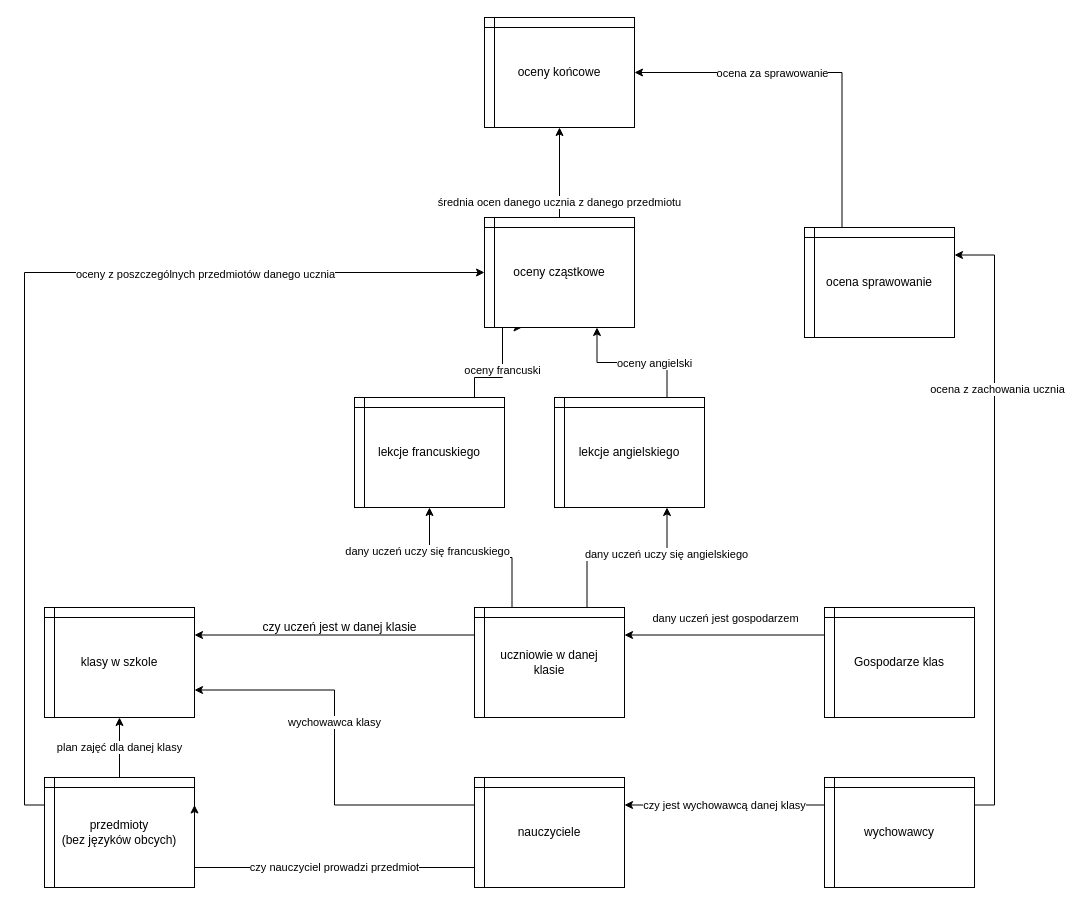
kurzym/assignments keeps this draw.io diagram as Relacje.drawio. Above is the earlier version. Source tidied: cells renumbered, new cells numbered last; positions are measured from the earlier drawing's top-left corner, leaving out a move shared by most shapes. Both pictures are drawn from the tidied source at 100%, with x=0, y=0 at pixel (44, 17).
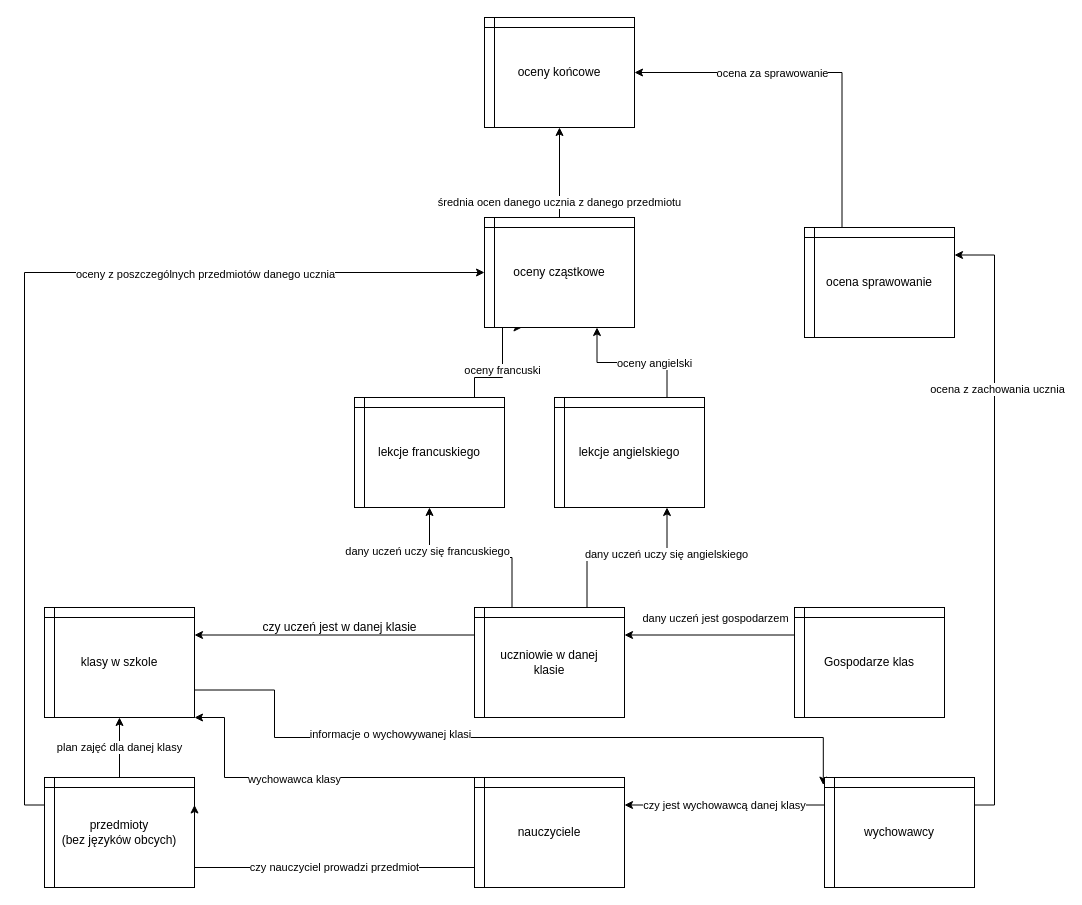
After the change.

The change refers to these unchanged cells:
```xml
<mxCell id="2" value="klasy w szkole" style="shape=internalStorage;whiteSpace=wrap;html=1;backgroundOutline=1;dx=10;dy=10;" parent="1" vertex="1">
  <mxGeometry y="590" width="150" height="110" as="geometry" />
</mxCell>
<mxCell id="16" value="nauczyciele" style="shape=internalStorage;whiteSpace=wrap;html=1;backgroundOutline=1;dx=10;dy=10;" parent="1" vertex="1">
  <mxGeometry x="430" y="760" width="150" height="110" as="geometry" />
</mxCell>
<mxCell id="28" value="wychowawcy" style="shape=internalStorage;whiteSpace=wrap;html=1;backgroundOutline=1;dx=10;dy=10;" parent="1" vertex="1">
  <mxGeometry x="780" y="760" width="150" height="110" as="geometry" />
</mxCell>
```

Diff of the diagram source:
```diff
@@
+    <mxCell id="36" style="edgeStyle=orthogonalEdgeStyle;rounded=0;jettySize=auto;html=1;exitX=1;exitY=0.75;exitDx=0;exitDy=0;entryX=-0.008;entryY=0.069;entryDx=0;entryDy=0;entryPerimeter=0;" parent="1" edge="1" source="2" target="28">
+      <mxGeometry relative="1" as="geometry">
+        <Array as="points">
+          <mxPoint x="230" y="673" />
+          <mxPoint x="230" y="720" />
+          <mxPoint x="779" y="720" />
+        </Array>
+      </mxGeometry>
+    </mxCell>
+    <mxCell id="37" value="informacje o wychowywanej klasi" style="edgeLabel;html=1;align=center;verticalAlign=middle;" parent="36" vertex="1">
+      <mxGeometry x="-0.33" y="4" relative="1" as="geometry" />
+    </mxCell>
@@
-    <mxCell id="14" style="edgeStyle=orthogonalEdgeStyle;rounded=0;jettySize=auto;html=1;exitX=0;exitY=0.25;exitDx=0;exitDy=0;entryX=1;entryY=0.75;entryDx=0;entryDy=0;" parent="1" edge="1" source="16" target="2">
-      <mxGeometry relative="1" as="geometry" />
+    <mxCell id="14" style="edgeStyle=orthogonalEdgeStyle;rounded=0;jettySize=auto;html=1;exitX=0;exitY=0.25;exitDx=0;exitDy=0;entryX=1;entryY=1;entryDx=0;entryDy=0;" parent="1" edge="1" source="16" target="2">
+      <mxGeometry relative="1" as="geometry">
+        <Array as="points">
+          <mxPoint x="430" y="760" />
+          <mxPoint x="180" y="760" />
+          <mxPoint x="180" y="700" />
+        </Array>
+      </mxGeometry>
     </mxCell>
@@
     <mxCell id="19" value="Gospodarze klas" style="shape=internalStorage;whiteSpace=wrap;html=1;backgroundOutline=1;dx=10;dy=10;" parent="1" vertex="1">
-      <mxGeometry x="780" y="590" width="150" height="110" as="geometry" />
+      <mxGeometry x="750" y="590" width="150" height="110" as="geometry" />
     </mxCell>
```
